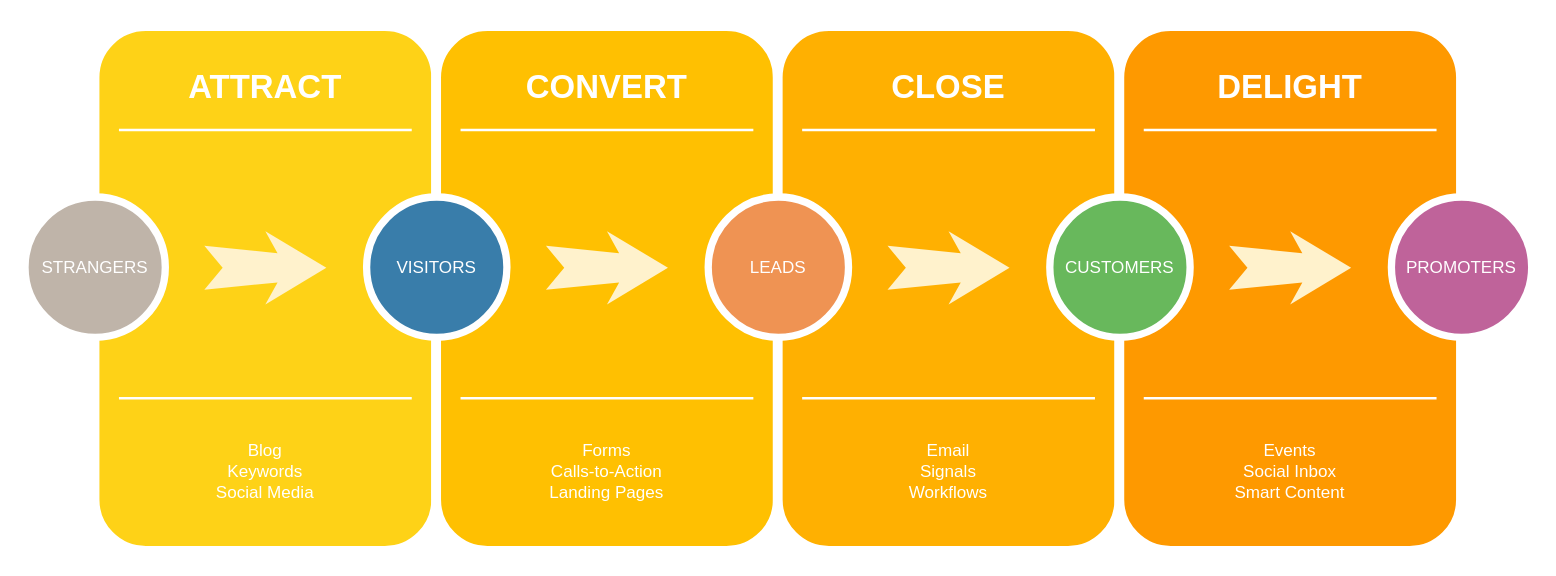
The draw.io diagram Diagramme sans nom.drawio in nhackbdi/nhackbdi.github.io, before the edit. Source tidied: cells renumbered, new cells numbered last; positions are measured from the earlier drawing's top-left corner, leaving out a move shared by most shapes. Both pictures are drawn from the tidied source at 122%, with x=0, y=0 at pixel (24, 26).
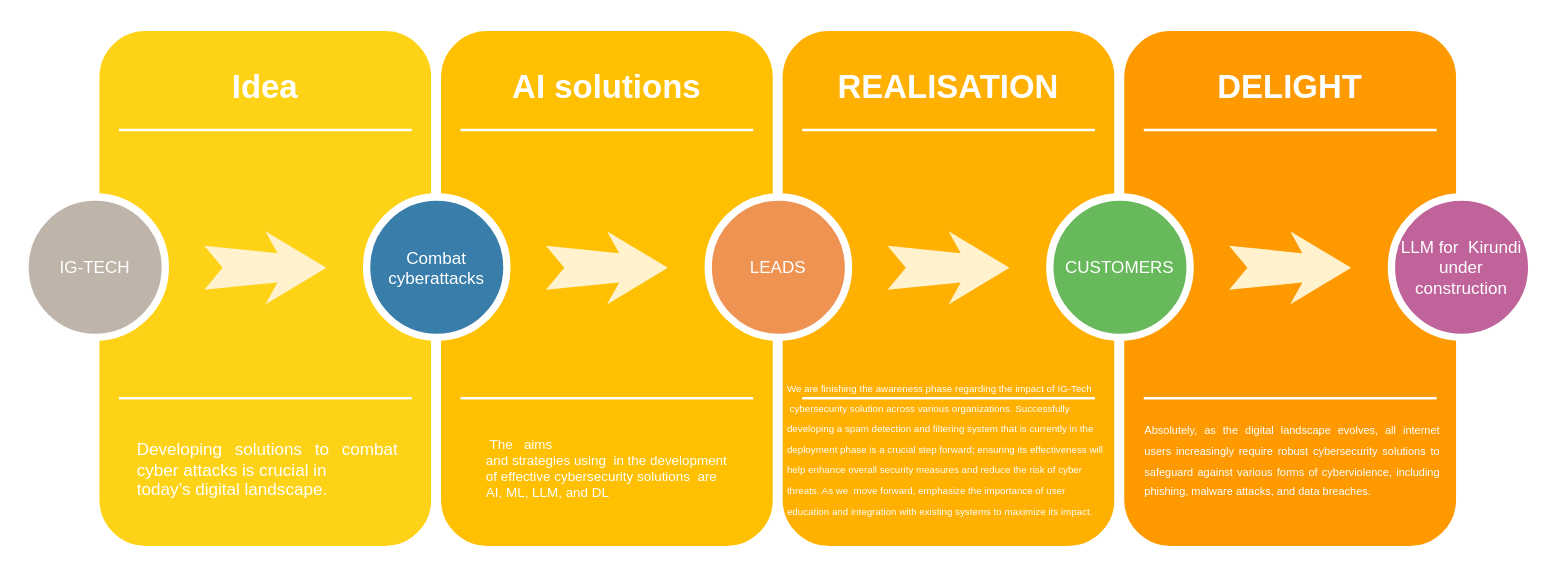
After the change.

The edit, as a diff of the source:
```diff
@@
-    <mxCell id="3" value="ATTRACT" style="text;html=1;strokeColor=none;fillColor=none;align=center;verticalAlign=middle;whiteSpace=wrap;rounded=0;shadow=0;fontSize=27;fontColor=#FFFFFF;fontStyle=1;" parent="1" vertex="1">
+    <mxCell id="3" value="Idea" style="text;html=1;strokeColor=none;fillColor=none;align=center;verticalAlign=middle;whiteSpace=wrap;rounded=0;shadow=0;fontSize=27;fontColor=#FFFFFF;fontStyle=1;" parent="1" vertex="1">
       <mxGeometry x="57" y="20" width="280" height="60" as="geometry" />
     </mxCell>
-    <mxCell id="4" value="Blog&lt;div&gt;Keywords&lt;/div&gt;&lt;div&gt;Social Media&lt;/div&gt;" style="text;html=1;strokeColor=none;fillColor=none;align=center;verticalAlign=middle;whiteSpace=wrap;rounded=0;shadow=0;fontSize=14;fontColor=#FFFFFF;" parent="1" vertex="1">
-      <mxGeometry x="57" y="320" width="280" height="90" as="geometry" />
+    <mxCell id="4" value="&lt;p style=&quot;font-size: 11px;&quot; class=&quot;MsoNormal&quot;&gt;&lt;/p&gt;&lt;div style=&quot;text-align: justify;&quot;&gt;&lt;span style=&quot;background-color: initial;&quot;&gt;Developing solutions to combat cyber attacks is crucial in&lt;/span&gt;&lt;/div&gt;&lt;div style=&quot;text-align: justify;&quot;&gt;&lt;span style=&quot;background-color: initial;&quot;&gt;today’s digital landscape.&lt;/span&gt;&lt;/div&gt;&lt;p&gt;&lt;/p&gt;" style="text;html=1;strokeColor=none;fillColor=none;align=center;verticalAlign=middle;whiteSpace=wrap;rounded=0;shadow=0;fontSize=14;fontColor=#FFFFFF;" parent="1" vertex="1">
+      <mxGeometry x="91" y="320" width="216" height="90" as="geometry" />
     </mxCell>
@@
-    <mxCell id="7" value="STRANGERS" style="ellipse;whiteSpace=wrap;html=1;rounded=0;shadow=0;strokeWidth=6;fontSize=14;align=center;fillColor=#BFB4A9;strokeColor=#FFFFFF;fontColor=#FFFFFF;" parent="1" vertex="1">
+    <mxCell id="7" value="IG-TECH" style="ellipse;whiteSpace=wrap;html=1;rounded=0;shadow=0;strokeWidth=6;fontSize=14;align=center;fillColor=#BFB4A9;strokeColor=#FFFFFF;fontColor=#FFFFFF;" parent="1" vertex="1">
       <mxGeometry y="140" width="115" height="115" as="geometry" />
     </mxCell>
@@
-    <mxCell id="10" value="CONVERT" style="text;html=1;strokeColor=none;fillColor=none;align=center;verticalAlign=middle;whiteSpace=wrap;rounded=0;shadow=0;fontSize=27;fontColor=#FFFFFF;fontStyle=1;" parent="1" vertex="1">
+    <mxCell id="10" value="AI solutions" style="text;html=1;strokeColor=none;fillColor=none;align=center;verticalAlign=middle;whiteSpace=wrap;rounded=0;shadow=0;fontSize=27;fontColor=#FFFFFF;fontStyle=1;" parent="1" vertex="1">
       <mxGeometry x="337" y="20" width="280" height="60" as="geometry" />
     </mxCell>
-    <mxCell id="11" value="Forms&lt;div&gt;Calls-to-Action&lt;/div&gt;&lt;div&gt;Landing Pages&lt;/div&gt;" style="text;html=1;strokeColor=none;fillColor=none;align=center;verticalAlign=middle;whiteSpace=wrap;rounded=0;shadow=0;fontSize=14;fontColor=#FFFFFF;" parent="1" vertex="1">
+    <mxCell id="11" value="&lt;p style=&quot;font-size: 9px;&quot; class=&quot;MsoNormal&quot;&gt;&lt;/p&gt;&lt;div style=&quot;text-align: justify; font-size: 11px;&quot;&gt;&lt;span style=&quot;background-color: initial;&quot;&gt;&lt;font style=&quot;font-size: 11px;&quot;&gt;&amp;nbsp;The&amp;nbsp; &amp;nbsp;aims&lt;/font&gt;&lt;/span&gt;&lt;/div&gt;&lt;div style=&quot;text-align: justify; font-size: 11px;&quot;&gt;&lt;span style=&quot;background-color: initial;&quot;&gt;&lt;font style=&quot;font-size: 11px;&quot;&gt;and strategies using&amp;nbsp; in the development&lt;/font&gt;&lt;/span&gt;&lt;/div&gt;&lt;div style=&quot;text-align: justify; font-size: 11px;&quot;&gt;&lt;span style=&quot;background-color: initial;&quot;&gt;&lt;font style=&quot;font-size: 11px;&quot;&gt;of effective cybersecurity solutions&amp;nbsp; are&lt;/font&gt;&lt;/span&gt;&lt;/div&gt;&lt;div style=&quot;text-align: justify; font-size: 11px;&quot;&gt;&lt;span style=&quot;background-color: initial;&quot;&gt;&lt;font style=&quot;font-size: 11px;&quot;&gt;AI, ML, LLM, and DL&lt;/font&gt;&lt;/span&gt;&lt;/div&gt;&lt;p&gt;&lt;/p&gt;" style="text;html=1;strokeColor=none;fillColor=none;align=center;verticalAlign=middle;whiteSpace=wrap;rounded=0;shadow=0;fontSize=14;fontColor=#FFFFFF;" parent="1" vertex="1">
       <mxGeometry x="337" y="320" width="280" height="90" as="geometry" />
     </mxCell>
@@
-    <mxCell id="14" value="VISITORS" style="ellipse;whiteSpace=wrap;html=1;rounded=0;shadow=0;strokeWidth=6;fontSize=14;align=center;fillColor=#397DAA;strokeColor=#FFFFFF;fontColor=#FFFFFF;" parent="1" vertex="1">
+    <mxCell id="14" value="Combat cyberattacks" style="ellipse;whiteSpace=wrap;html=1;rounded=0;shadow=0;strokeWidth=6;fontSize=14;align=center;fillColor=#397DAA;strokeColor=#FFFFFF;fontColor=#FFFFFF;" parent="1" vertex="1">
       <mxGeometry x="280" y="140" width="115" height="115" as="geometry" />
     </mxCell>
@@
-    <mxCell id="17" value="CLOSE" style="text;html=1;strokeColor=none;fillColor=none;align=center;verticalAlign=middle;whiteSpace=wrap;rounded=0;shadow=0;fontSize=27;fontColor=#FFFFFF;fontStyle=1;" parent="1" vertex="1">
+    <mxCell id="17" value="REALISATION" style="text;html=1;strokeColor=none;fillColor=none;align=center;verticalAlign=middle;whiteSpace=wrap;rounded=0;shadow=0;fontSize=27;fontColor=#FFFFFF;fontStyle=1;" parent="1" vertex="1">
       <mxGeometry x="617" y="20" width="280" height="60" as="geometry" />
     </mxCell>
-    <mxCell id="18" value="Email&lt;div&gt;Signals&lt;/div&gt;&lt;div&gt;Workflows&lt;/div&gt;" style="text;html=1;strokeColor=none;fillColor=none;align=center;verticalAlign=middle;whiteSpace=wrap;rounded=0;shadow=0;fontSize=14;fontColor=#FFFFFF;" parent="1" vertex="1">
-      <mxGeometry x="617" y="320" width="280" height="90" as="geometry" />
+    <mxCell id="18" value="&lt;font style=&quot;font-size: 8px;&quot;&gt;We are finishing the awareness phase regarding the impact of IG-Tech&amp;nbsp; &amp;nbsp;cybersecurity solution across various organizations. Successfully developing a spam detection and filtering system that is currently in the deployment phase is a crucial step forward; ensuring its effectiveness will help enhance overall security measures and reduce the risk of cyber threats. As we&amp;nbsp; move forward, emphasize the importance of user education and integration with existing systems to maximize its impact.&lt;/font&gt;" style="text;html=1;strokeColor=none;fillColor=none;align=left;verticalAlign=middle;whiteSpace=wrap;rounded=0;shadow=0;fontSize=14;fontColor=#FFFFFF;" parent="1" vertex="1">
+      <mxGeometry x="623" y="300" width="266" height="90" as="geometry" />
     </mxCell>
@@
-    <mxCell id="25" value="Events&lt;div&gt;Social Inbox&lt;/div&gt;&lt;div&gt;Smart Content&lt;/div&gt;" style="text;html=1;strokeColor=none;fillColor=none;align=center;verticalAlign=middle;whiteSpace=wrap;rounded=0;shadow=0;fontSize=14;fontColor=#FFFFFF;" parent="1" vertex="1">
-      <mxGeometry x="897" y="320" width="280" height="90" as="geometry" />
+    <mxCell id="25" value="&lt;div style=&quot;text-align: justify;&quot;&gt;&lt;span style=&quot;font-size: 9px; background-color: initial;&quot;&gt;Absolutely, as the digital landscape evolves, all internet users increasingly require robust cybersecurity solutions to safeguard against various forms of cyberviolence, including phishing, malware attacks, and data breaches.&amp;nbsp;&lt;/span&gt;&lt;/div&gt;" style="text;html=1;strokeColor=none;fillColor=none;align=center;verticalAlign=middle;whiteSpace=wrap;rounded=0;shadow=0;fontSize=14;fontColor=#FFFFFF;" parent="1" vertex="1">
+      <mxGeometry x="917" y="310" width="244" height="90" as="geometry" />
     </mxCell>
@@
-    <mxCell id="30" value="PROMOTERS" style="ellipse;whiteSpace=wrap;html=1;rounded=0;shadow=0;strokeWidth=6;fontSize=14;align=center;fillColor=#BF639A;strokeColor=#FFFFFF;fontColor=#FFFFFF;" parent="1" vertex="1">
+    <mxCell id="30" value="LLM for&amp;nbsp; Kirundi under construction" style="ellipse;whiteSpace=wrap;html=1;rounded=0;shadow=0;strokeWidth=6;fontSize=14;align=center;fillColor=#BF639A;strokeColor=#FFFFFF;fontColor=#FFFFFF;" parent="1" vertex="1">
       <mxGeometry x="1120" y="140" width="115" height="115" as="geometry" />
     </mxCell>
```
